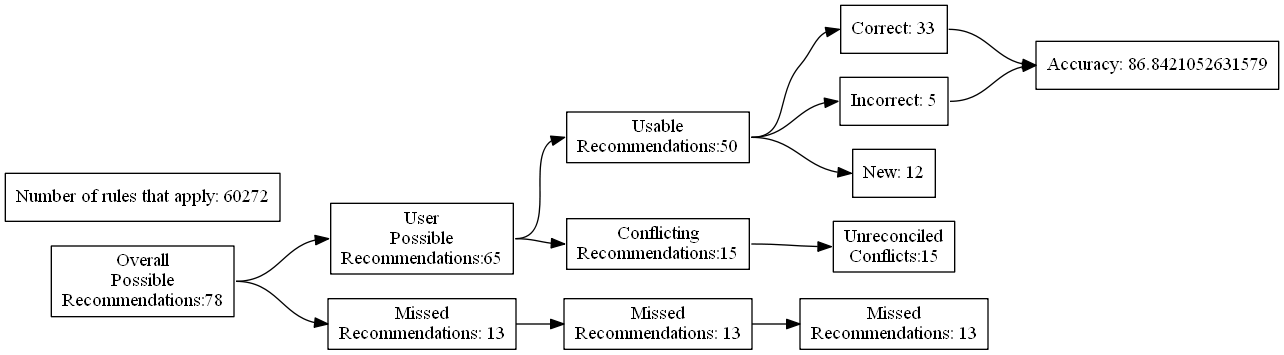
Before: test_renders/88.gv.png, a diagram exported from Graphviz (ZaxR/ibd_diet_analysis). Its source is kept beside it as test_renders/88.gv.
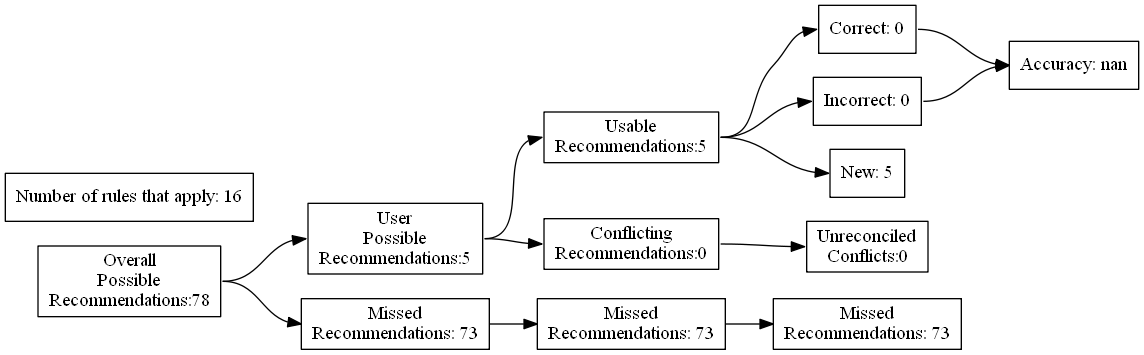
After the commit.

Change to the diagram source:
```diff
@@ -7,24 +7,24 @@
 Recommendations:78"]
 		B [label="User
 Possible
-Recommendations:65"]
+Recommendations:5"]
 		C [label="Missed
-Recommendations: 13"]
+Recommendations: 73"]
 		D [label="Usable
-Recommendations:50"]
+Recommendations:5"]
 		E [label="Conflicting
-Recommendations:15"]
+Recommendations:0"]
 		J [label="Missed
-Recommendations: 13"]
+Recommendations: 73"]
 		M [label="Unreconciled
-Conflicts:15"]
-		F [label="Correct: 33"]
-		G [label="Incorrect: 5"]
-		H [label="New: 12"]
+Conflicts:0"]
+		F [label="Correct: 0"]
+		G [label="Incorrect: 0"]
+		H [label="New: 5"]
 		K [label="Missed
-Recommendations: 13"]
-		I [label="Accuracy: 86.8421052631579"]
-		l [label="Number of rules that apply: 60272"]
+Recommendations: 73"]
+		I [label="Accuracy: nan"]
+		l [label="Number of rules that apply: 16"]
 			A -> B
 			A -> C
 			B -> D
```
